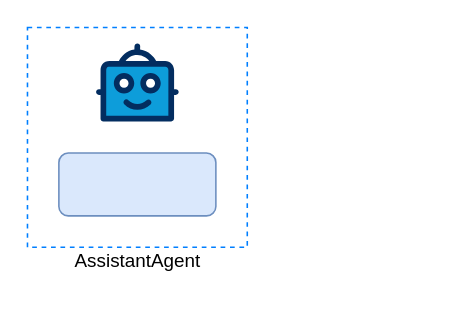
Earlier version of the draw.io diagram Diagram.drawio (raminshahbazi/gen-ai-portfolio). Source tidied: cells renumbered, new cells numbered last; positions are measured from the earlier drawing's top-left corner, leaving out a move shared by most shapes. Both pictures are drawn from the tidied source at 157%, with x=0, y=0 at pixel (27, 27). Pictures stored in the file or linked from it are replaced by grey dashed boxes.
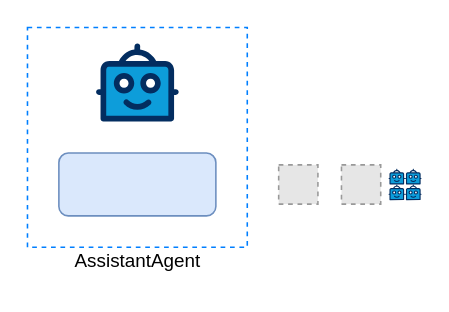
After the change.

Diff of the diagram source:
```diff
@@
 <mxGraphModel>
   <root>
     <mxCell id="0" />
     <mxCell id="1" parent="0" />
     <mxCell id="2" style="rounded=0;whiteSpace=wrap;html=1;dashed=1;strokeWidth=1;fillColor=none;strokeColor=#007FFF;" parent="1" vertex="1">
       <mxGeometry width="140" height="140" as="geometry" />
     </mxCell>
     <mxCell id="3" style="rounded=1;whiteSpace=wrap;html=1;fillColor=#dae8fc;strokeColor=#6c8ebf;strokeWidth=1;" parent="1" vertex="1">
       <mxGeometry x="20" y="80" width="100" height="40" as="geometry" />
     </mxCell>
     <mxCell id="4" style="verticalLabelPosition=bottom;html=1;shape=mxgraph.salesforce.bots;fillColor=none;" parent="1" vertex="1">
       <mxGeometry x="43.7" y="10" width="52.6" height="50" as="geometry" />
     </mxCell>
     <mxCell id="5" value="AssistantAgent" style="text;html=1;align=center;verticalAlign=middle;strokeColor=none;fillColor=none;" parent="1" vertex="1">
       <mxGeometry x="20" y="134" width="100" height="30" as="geometry" />
     </mxCell>
+    <mxCell id="6" style="fillColor=#E6E6E6;strokeColor=#999999;dashed=1;html=1;verticalAlign=top;verticalLabelPosition=bottom;labelBackgroundColor=#ffffff;" parent="1" vertex="1">
+      <mxGeometry x="160" y="87.5" width="25" height="25" as="geometry" />
+    </mxCell>
+    <mxCell id="7" style="fillColor=#E6E6E6;strokeColor=#999999;dashed=1;html=1;verticalAlign=top;verticalLabelPosition=bottom;labelBackgroundColor=#ffffff;" parent="1" vertex="1">
+      <mxGeometry x="200" y="87.5" width="25" height="25" as="geometry" />
+    </mxCell>
+    <mxCell id="8" style="verticalLabelPosition=bottom;html=1;shape=mxgraph.salesforce.bots;gradientColor=none;" parent="1" vertex="1">
+      <mxGeometry x="230" y="90" width="10.5" height="10" as="geometry" />
+    </mxCell>
+    <mxCell id="9" style="verticalLabelPosition=bottom;html=1;shape=mxgraph.salesforce.bots;gradientColor=none;" parent="1" vertex="1">
+      <mxGeometry x="240.5" y="90" width="10.5" height="10" as="geometry" />
+    </mxCell>
+    <mxCell id="10" style="verticalLabelPosition=bottom;html=1;shape=mxgraph.salesforce.bots;gradientColor=none;" parent="1" vertex="1">
+      <mxGeometry x="230" y="100" width="10.5" height="10" as="geometry" />
+    </mxCell>
+    <mxCell id="11" style="verticalLabelPosition=bottom;html=1;shape=mxgraph.salesforce.bots;gradientColor=none;" parent="1" vertex="1">
+      <mxGeometry x="240.5" y="100" width="10.5" height="10" as="geometry" />
+    </mxCell>
   </root>
 </mxGraphModel>
```
